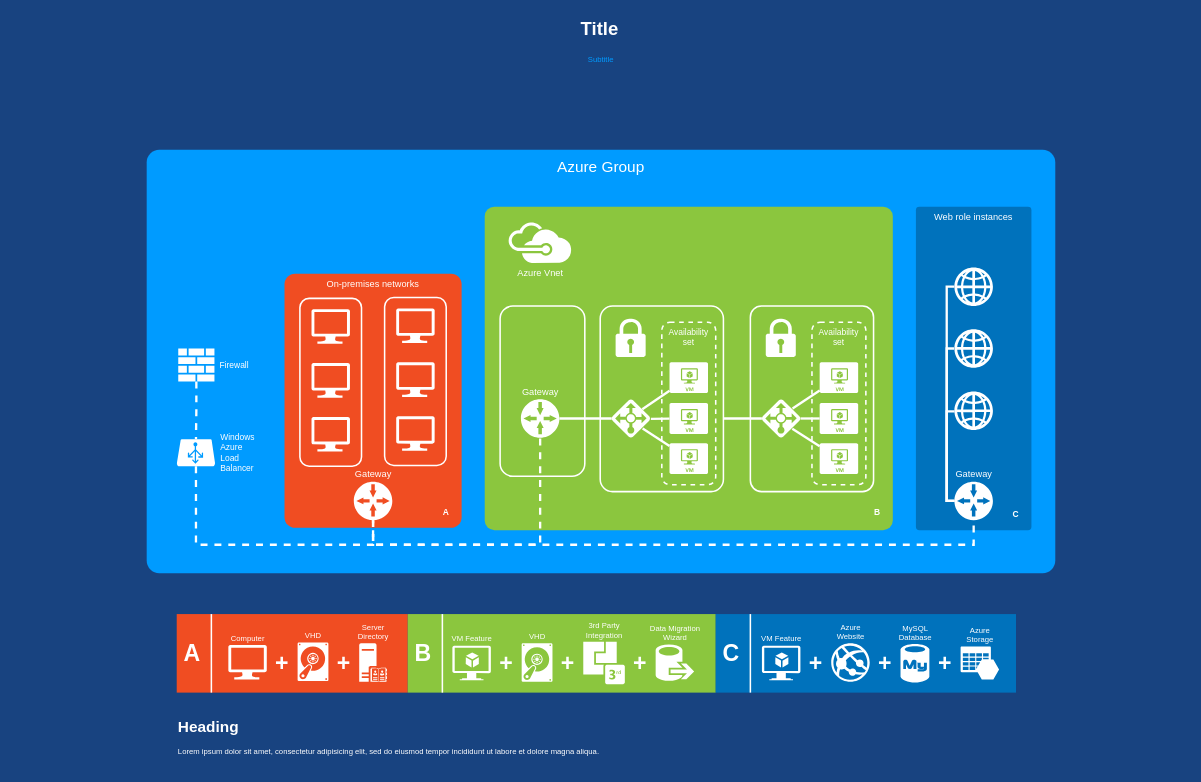
MikeWolski/UsefulNotes keeps this draw.io diagram as WebAppDiagram.drawio. Above is the earlier version. Source tidied: cells renumbered, new cells numbered last; positions are measured from the earlier drawing's top-left corner, leaving out a move shared by most shapes. Both pictures are drawn from the tidied source at 77%, with x=0, y=0 at pixel (13, 13).
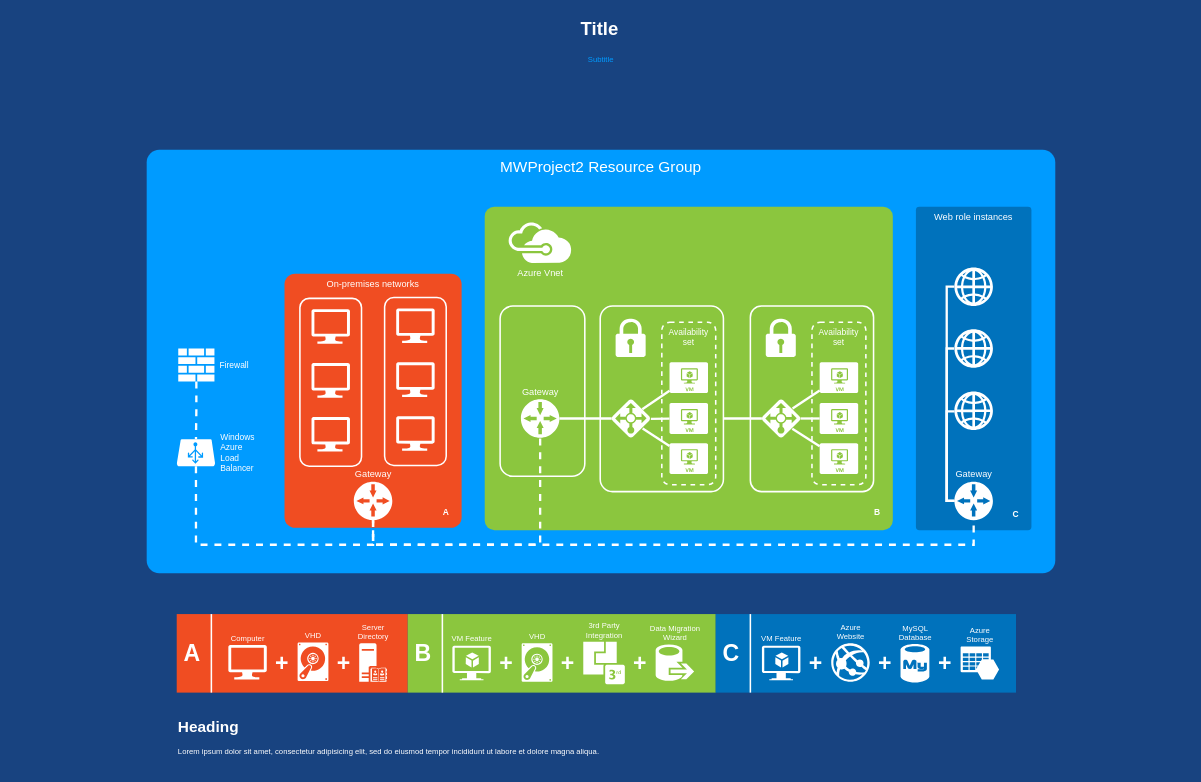
The same page after the edit.

The edit, as a diff of the source:
```diff
@@
-    <mxCell id="2" value="Azure Group" style="whiteSpace=wrap;html=1;rounded=1;shadow=0;strokeColor=none;strokeWidth=2;fillColor=#009BFF;fontSize=20;fontColor=#FFFFFF;align=center;arcSize=3;verticalAlign=top;spacingTop=4;" parent="1" vertex="1">
+    <mxCell id="2" value="MWProject2 Resource Group" style="whiteSpace=wrap;html=1;rounded=1;shadow=0;strokeColor=none;strokeWidth=2;fillColor=#009BFF;fontSize=20;fontColor=#FFFFFF;align=center;arcSize=3;verticalAlign=top;spacingTop=4;" parent="1" vertex="1">
       <mxGeometry x="173" y="177" width="1180" height="550" as="geometry" />
     </mxCell>
```
